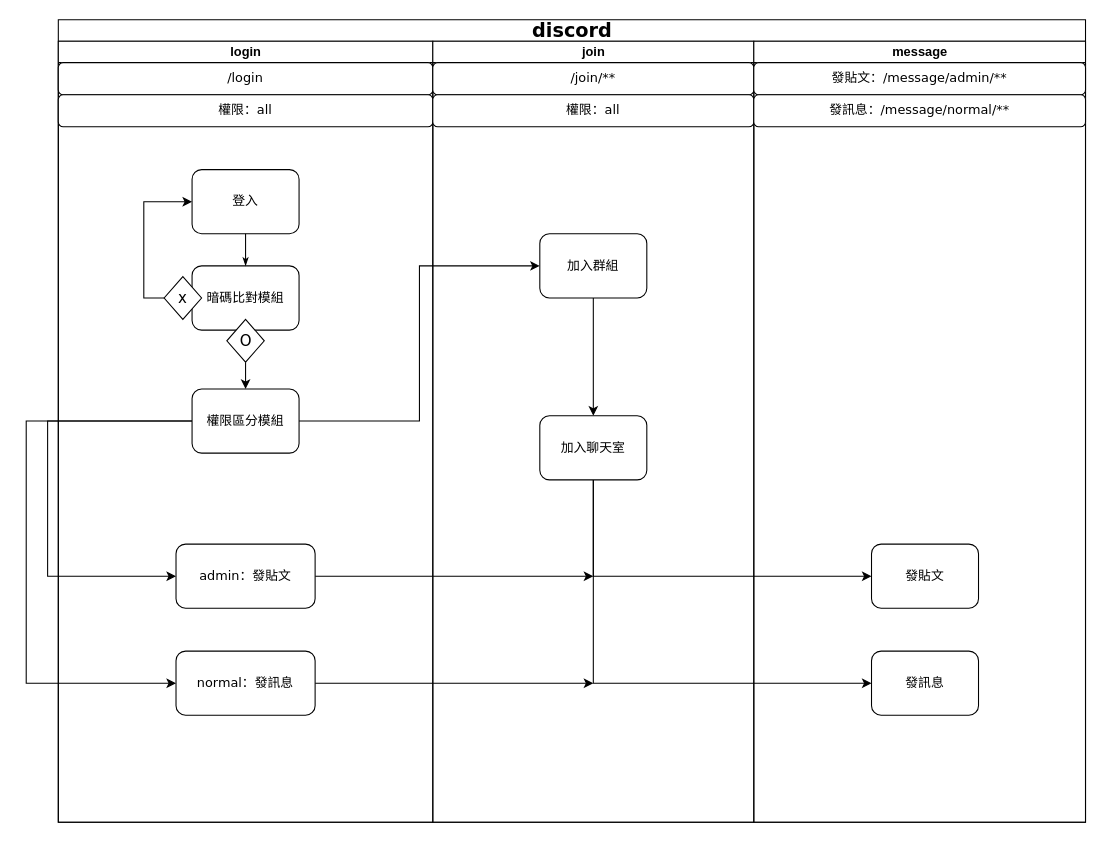
This is uml.drawio from Vinskao/discord, a draw.io file, before an edit. Source tidied: cells renumbered, new cells numbered last; positions are measured from the earlier drawing's top-left corner, leaving out a move shared by most shapes. Both pictures are drawn from the tidied source at 107%, with x=0, y=0 at pixel (26, 19).
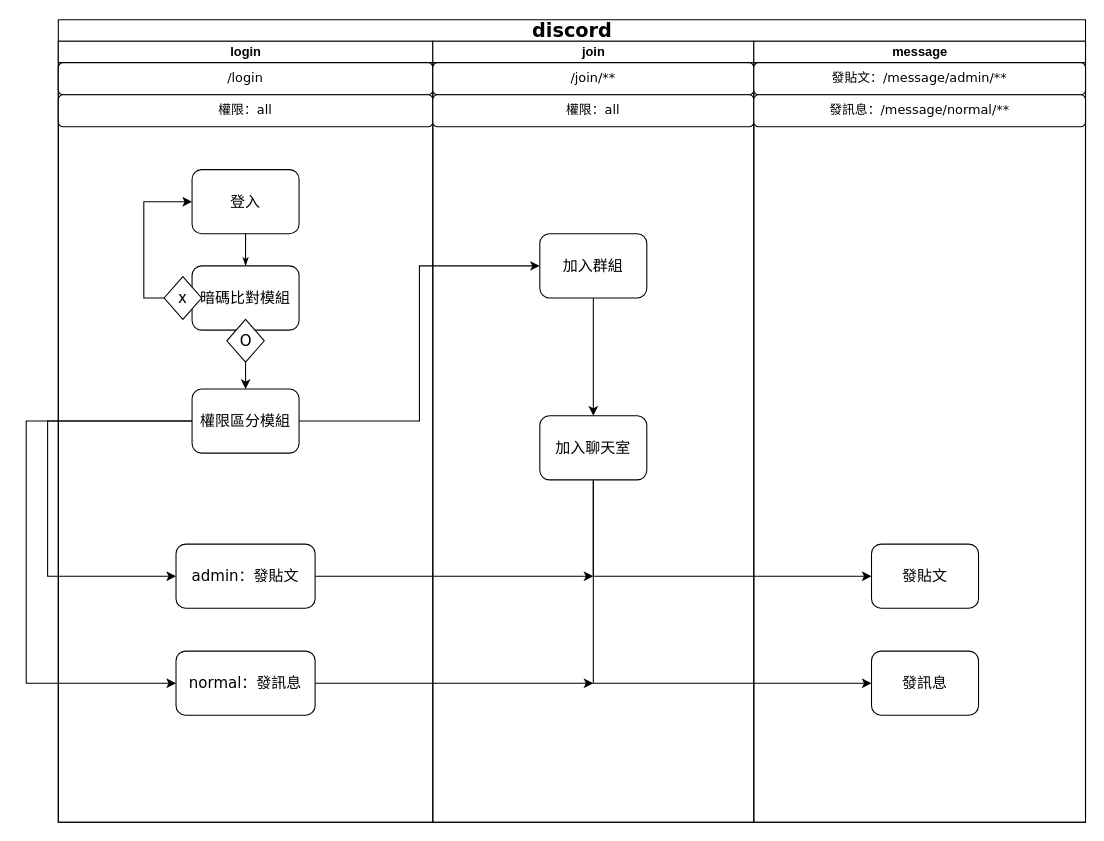
The same diagram, later.

The change refers to these unchanged cells:
```xml
<mxCell id="3" value="login" style="swimlane;html=1;startSize=20;" parent="2" vertex="1">
  <mxGeometry y="20" width="350" height="730" as="geometry" />
</mxCell>
<mxCell id="22" value="join" style="swimlane;html=1;startSize=20;" parent="2" vertex="1">
  <mxGeometry x="350" y="20" width="300" height="730" as="geometry" />
</mxCell>
<mxCell id="31" value="message" style="swimlane;html=1;startSize=20;" parent="2" vertex="1">
  <mxGeometry x="650" y="20" width="310" height="730" as="geometry" />
</mxCell>
```

Change to the diagram source:
```diff
@@
-    <mxCell id="4" value="&lt;font style=&quot;font-size: 12px;&quot;&gt;登入&lt;/font&gt;" style="rounded=1;whiteSpace=wrap;html=1;shadow=0;labelBackgroundColor=none;strokeWidth=1;fontFamily=Verdana;fontSize=8;align=center;" parent="3" vertex="1">
+    <mxCell id="4" value="&lt;font style=&quot;font-size: 14px;&quot;&gt;登入&lt;/font&gt;" style="rounded=1;whiteSpace=wrap;html=1;shadow=0;labelBackgroundColor=none;strokeWidth=1;fontFamily=Verdana;fontSize=8;align=center;" parent="3" vertex="1">
       <mxGeometry x="125" y="120" width="100" height="60" as="geometry" />
     </mxCell>
-    <mxCell id="5" value="&lt;span style=&quot;font-size: 12px;&quot;&gt;暗碼比對模組&lt;/span&gt;" style="rounded=1;whiteSpace=wrap;html=1;shadow=0;labelBackgroundColor=none;strokeWidth=1;fontFamily=Verdana;fontSize=8;align=center;" parent="3" vertex="1">
+    <mxCell id="5" value="&lt;font style=&quot;font-size: 14px;&quot;&gt;暗碼比對模組&lt;/font&gt;" style="rounded=1;whiteSpace=wrap;html=1;shadow=0;labelBackgroundColor=none;strokeWidth=1;fontFamily=Verdana;fontSize=8;align=center;" parent="3" vertex="1">
       <mxGeometry x="125" y="210" width="100" height="60" as="geometry" />
     </mxCell>
@@
-    <mxCell id="7" value="&lt;span style=&quot;font-size: 12px;&quot;&gt;admin：發貼文&lt;/span&gt;" style="rounded=1;whiteSpace=wrap;html=1;shadow=0;labelBackgroundColor=none;strokeWidth=1;fontFamily=Verdana;fontSize=8;align=center;" parent="3" vertex="1">
+    <mxCell id="7" value="&lt;font style=&quot;font-size: 14px;&quot;&gt;admin：發貼文&lt;/font&gt;" style="rounded=1;whiteSpace=wrap;html=1;shadow=0;labelBackgroundColor=none;strokeWidth=1;fontFamily=Verdana;fontSize=8;align=center;" parent="3" vertex="1">
       <mxGeometry x="110" y="470" width="130" height="60" as="geometry" />
     </mxCell>
@@
-    <mxCell id="16" value="&lt;span style=&quot;font-size: 12px;&quot;&gt;權限區分模組&lt;/span&gt;" style="rounded=1;whiteSpace=wrap;html=1;shadow=0;labelBackgroundColor=none;strokeWidth=1;fontFamily=Verdana;fontSize=8;align=center;" parent="3" vertex="1">
+    <mxCell id="16" value="&lt;font style=&quot;font-size: 14px;&quot;&gt;權限區分模組&lt;/font&gt;" style="rounded=1;whiteSpace=wrap;html=1;shadow=0;labelBackgroundColor=none;strokeWidth=1;fontFamily=Verdana;fontSize=8;align=center;" parent="3" vertex="1">
       <mxGeometry x="125" y="325" width="100" height="60" as="geometry" />
     </mxCell>
@@
-    <mxCell id="18" value="&lt;span style=&quot;font-size: 12px;&quot;&gt;normal：發訊息&lt;/span&gt;" style="rounded=1;whiteSpace=wrap;html=1;shadow=0;labelBackgroundColor=none;strokeWidth=1;fontFamily=Verdana;fontSize=8;align=center;" parent="3" vertex="1">
+    <mxCell id="18" value="&lt;font style=&quot;font-size: 14px;&quot;&gt;normal：發訊息&lt;/font&gt;" style="rounded=1;whiteSpace=wrap;html=1;shadow=0;labelBackgroundColor=none;strokeWidth=1;fontFamily=Verdana;fontSize=8;align=center;" parent="3" vertex="1">
       <mxGeometry x="110" y="570" width="130" height="60" as="geometry" />
     </mxCell>
@@
-    <mxCell id="24" value="&lt;font style=&quot;font-size: 12px;&quot;&gt;加入群組&lt;/font&gt;" style="rounded=1;whiteSpace=wrap;html=1;shadow=0;labelBackgroundColor=none;strokeWidth=1;fontFamily=Verdana;fontSize=8;align=center;" parent="22" vertex="1">
+    <mxCell id="24" value="&lt;font style=&quot;font-size: 14px;&quot;&gt;加入群組&lt;/font&gt;" style="rounded=1;whiteSpace=wrap;html=1;shadow=0;labelBackgroundColor=none;strokeWidth=1;fontFamily=Verdana;fontSize=8;align=center;" parent="22" vertex="1">
       <mxGeometry x="100" y="180" width="100" height="60" as="geometry" />
     </mxCell>
@@
-    <mxCell id="26" value="&lt;font style=&quot;font-size: 12px;&quot;&gt;加入聊天室&lt;/font&gt;" style="rounded=1;whiteSpace=wrap;html=1;shadow=0;labelBackgroundColor=none;strokeWidth=1;fontFamily=Verdana;fontSize=8;align=center;" parent="22" vertex="1">
+    <mxCell id="26" value="&lt;font style=&quot;font-size: 14px;&quot;&gt;加入聊天室&lt;/font&gt;" style="rounded=1;whiteSpace=wrap;html=1;shadow=0;labelBackgroundColor=none;strokeWidth=1;fontFamily=Verdana;fontSize=8;align=center;" parent="22" vertex="1">
       <mxGeometry x="100" y="350" width="100" height="60" as="geometry" />
     </mxCell>
@@
-    <mxCell id="33" value="&lt;span style=&quot;font-size: 12px;&quot;&gt;發貼文&lt;/span&gt;" style="rounded=1;whiteSpace=wrap;html=1;shadow=0;labelBackgroundColor=none;strokeWidth=1;fontFamily=Verdana;fontSize=8;align=center;" parent="31" vertex="1">
+    <mxCell id="33" value="&lt;font style=&quot;font-size: 14px;&quot;&gt;發貼文&lt;/font&gt;" style="rounded=1;whiteSpace=wrap;html=1;shadow=0;labelBackgroundColor=none;strokeWidth=1;fontFamily=Verdana;fontSize=8;align=center;" parent="31" vertex="1">
       <mxGeometry x="110" y="470" width="100" height="60" as="geometry" />
     </mxCell>
-    <mxCell id="34" value="&lt;span style=&quot;font-size: 12px;&quot;&gt;發訊息&lt;/span&gt;" style="rounded=1;whiteSpace=wrap;html=1;shadow=0;labelBackgroundColor=none;strokeWidth=1;fontFamily=Verdana;fontSize=8;align=center;" parent="31" vertex="1">
+    <mxCell id="34" value="&lt;font style=&quot;font-size: 14px;&quot;&gt;發訊息&lt;/font&gt;" style="rounded=1;whiteSpace=wrap;html=1;shadow=0;labelBackgroundColor=none;strokeWidth=1;fontFamily=Verdana;fontSize=8;align=center;" parent="31" vertex="1">
       <mxGeometry x="110" y="570" width="100" height="60" as="geometry" />
     </mxCell>
```
